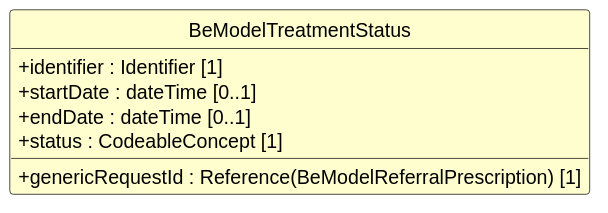
Before: exports/diagrams/BeModelTreatmentStatus-uml.svg, a diagram exported from PlantUML (caresets/caresets-src). The source it was exported from:
```plantuml
@startuml
skinparam shadowing false
skinparam classAttributeIconSize 0
skinparam linetype ortho
skinparam class {
  BackgroundColor #FEFECE
  BorderColor #000000
  ArrowColor #000000
  FontStyle bold
  AttributeFontStyle normal
}
hide circle
hide empty members

class "BeModelTreatmentStatus" as BeModelTreatmentStatus {
  +identifier : Identifier [1]
  +startDate : dateTime [0..1]
  +endDate : dateTime [0..1]
  +status : CodeableConcept [1]
  +genericRequestId : Reference(BeModelReferralPrescription) [1]
}
@enduml
```
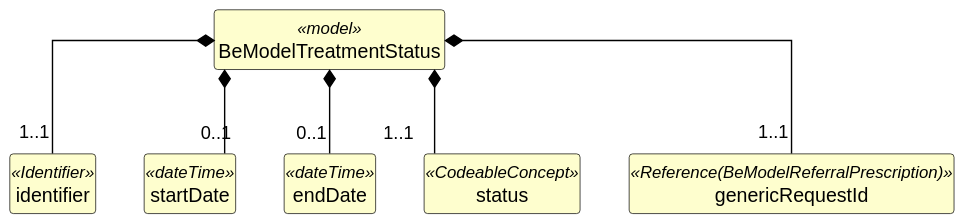
The same file after the commit.

Diff of the diagram source:
```diff
@@ -12,11 +12,27 @@
 hide circle
 hide empty members
 
-class "BeModelTreatmentStatus" as BeModelTreatmentStatus {
-  +identifier : Identifier [1]
-  +startDate : dateTime [0..1]
-  +endDate : dateTime [0..1]
-  +status : CodeableConcept [1]
-  +genericRequestId : Reference(BeModelReferralPrescription) [1]
+class "BeModelTreatmentStatus" as BeModelTreatmentStatus <<model>> {
 }
+
+class "identifier" as BeModelTreatmentStatus_identifier <<Identifier>> {
+}
+
+class "startDate" as BeModelTreatmentStatus_startDate <<dateTime>> {
+}
+
+class "endDate" as BeModelTreatmentStatus_endDate <<dateTime>> {
+}
+
+class "status" as BeModelTreatmentStatus_status <<CodeableConcept>> {
+}
+
+class "genericRequestId" as BeModelTreatmentStatus_genericRequestId <<Reference(BeModelReferralPrescription)>> {
+}
+
+BeModelTreatmentStatus *-- "1..1" BeModelTreatmentStatus_identifier
+BeModelTreatmentStatus *-- "0..1" BeModelTreatmentStatus_startDate
+BeModelTreatmentStatus *-- "0..1" BeModelTreatmentStatus_endDate
+BeModelTreatmentStatus *-- "1..1" BeModelTreatmentStatus_status
+BeModelTreatmentStatus *-- "1..1" BeModelTreatmentStatus_genericRequestId
 @enduml
```
